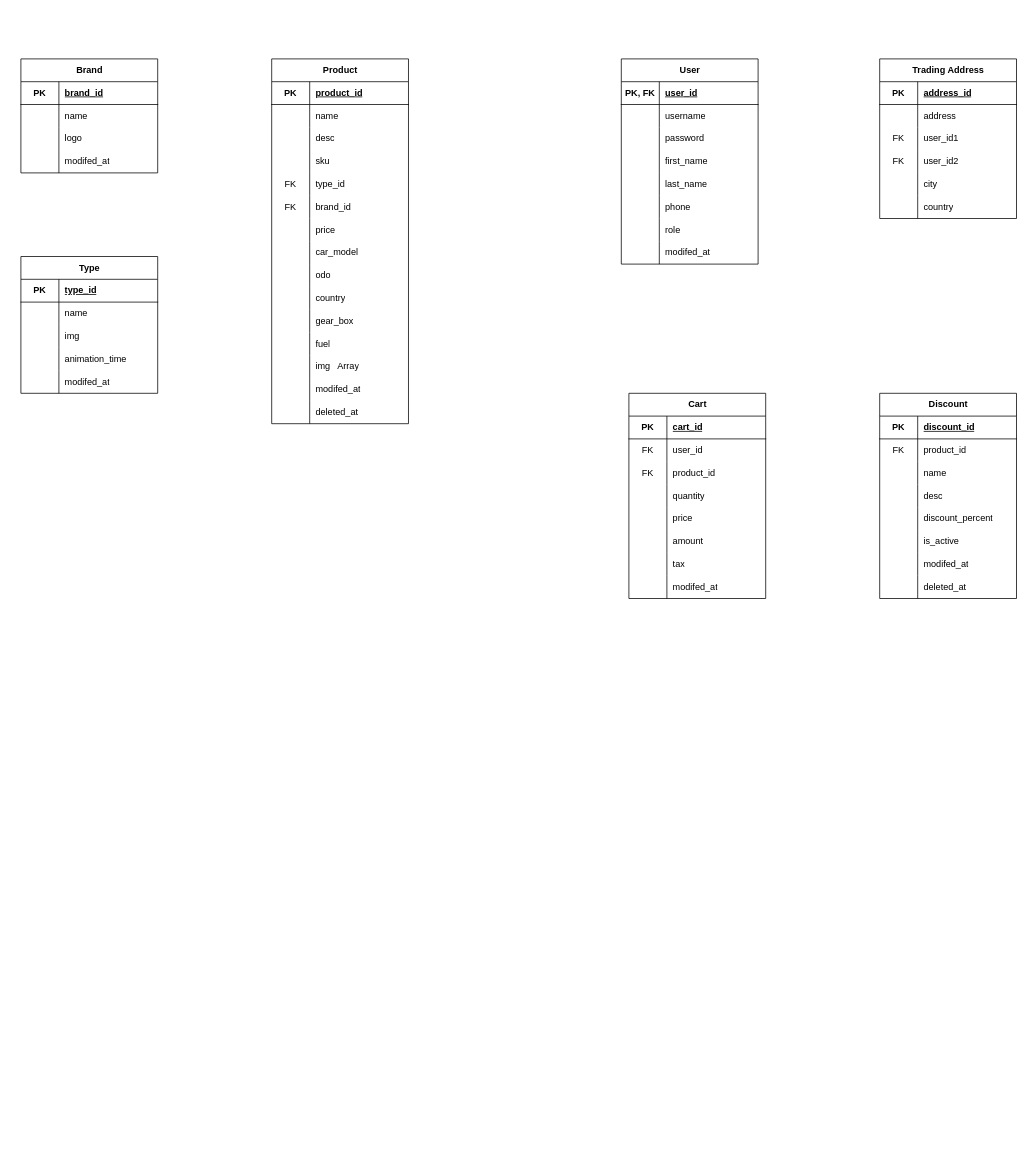
Above: diagrams/DBModel.drawio in SiZedYi/Cars_Website_App (draw.io), before the change. Source tidied: cells renumbered, new cells numbered last; positions are measured from the earlier drawing's top-left corner, leaving out a move shared by most shapes. Both pictures are drawn from the tidied source at 76%, with x=0, y=0 at pixel (21, 59).
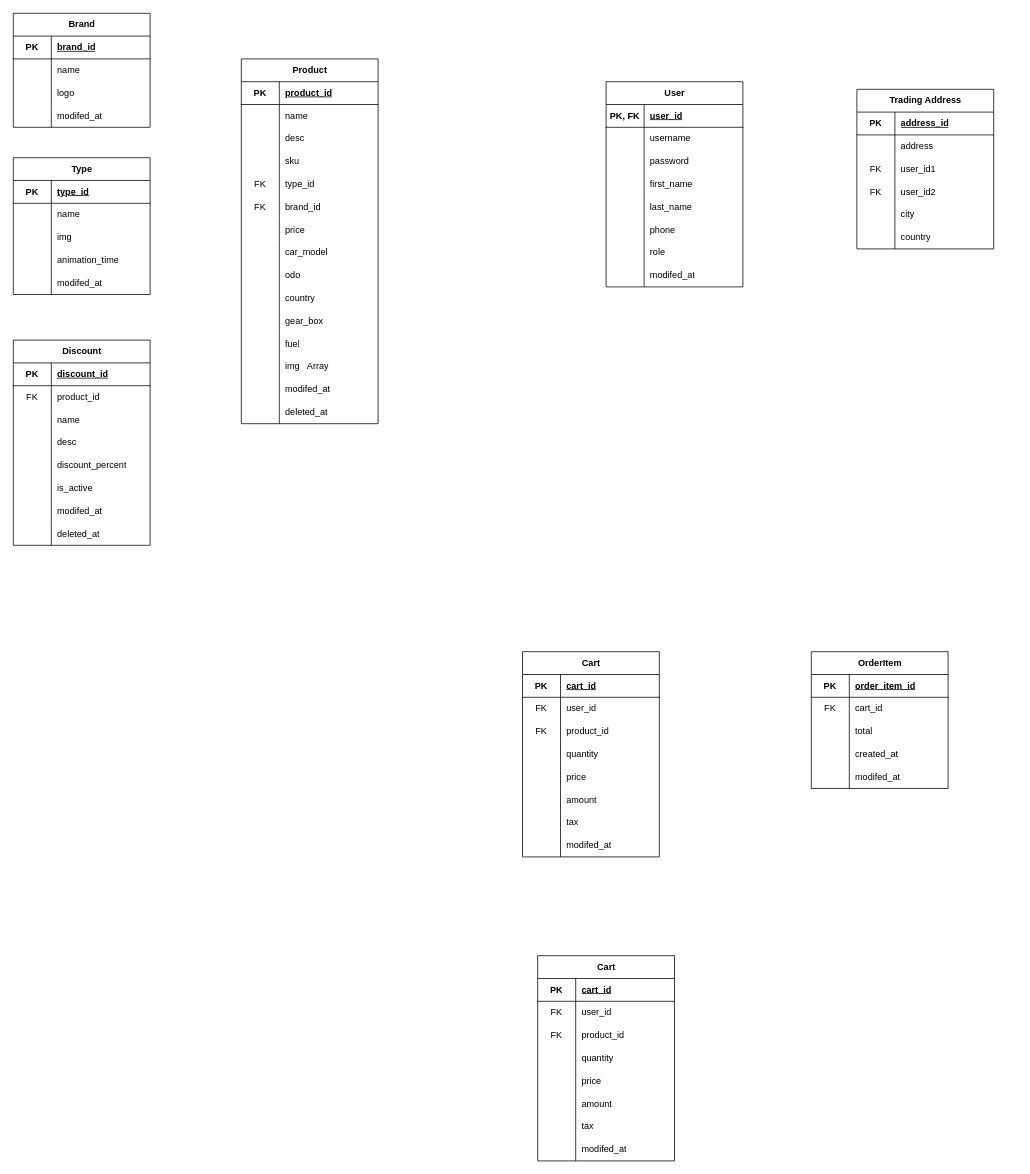
The same diagram, later.

Diff of the diagram source:
```diff
@@
     <mxCell id="2" value="User" style="shape=table;startSize=30;childLayout=tableLayout;rowLines=0;fontStyle=1;align=center;html=1;" parent="1" vertex="1">
-      <mxGeometry x="790" width="180" height="270" as="geometry" />
+      <mxGeometry x="770" y="30" width="180" height="270" as="geometry" />
     </mxCell>
@@
     <mxCell id="27" value="Trading Address" style="shape=table;startSize=30;childLayout=tableLayout;rowLines=0;fontStyle=1;align=center;html=1;" parent="1" vertex="1">
-      <mxGeometry x="1130" width="180" height="210" as="geometry" />
+      <mxGeometry x="1100" y="40" width="180" height="210" as="geometry" />
     </mxCell>
@@
     <mxCell id="46" value="Cart" style="shape=table;startSize=30;childLayout=tableLayout;rowLines=0;fontStyle=1;align=center;html=1;" parent="1" vertex="1">
-      <mxGeometry x="800" y="440" width="180" height="270" as="geometry" />
+      <mxGeometry x="660" y="780" width="180" height="270" as="geometry" />
     </mxCell>
@@
     <mxCell id="71" value="Discount" style="shape=table;startSize=30;childLayout=tableLayout;rowLines=0;fontStyle=1;align=center;html=1;" parent="1" vertex="1">
-      <mxGeometry x="1130" y="440" width="180" height="270" as="geometry" />
+      <mxGeometry x="-10" y="370" width="180" height="270" as="geometry" />
     </mxCell>
@@
     <mxCell id="96" value="Product" style="shape=table;startSize=30;childLayout=tableLayout;rowLines=0;fontStyle=1;align=center;html=1;" parent="1" vertex="1">
-      <mxGeometry x="330" width="180" height="480" as="geometry" />
+      <mxGeometry x="290" width="180" height="480" as="geometry" />
     </mxCell>
@@
     <mxCell id="142" value="Brand" style="shape=table;startSize=30;childLayout=tableLayout;rowLines=0;fontStyle=1;align=center;html=1;" parent="1" vertex="1">
-      <mxGeometry width="180" height="150" as="geometry" />
+      <mxGeometry x="-10" y="-60" width="180" height="150" as="geometry" />
     </mxCell>
@@
     <mxCell id="155" value="Type" style="shape=table;startSize=30;childLayout=tableLayout;rowLines=0;fontStyle=1;align=center;html=1;" parent="1" vertex="1">
-      <mxGeometry y="260" width="180" height="180" as="geometry" />
+      <mxGeometry x="-10" y="130" width="180" height="180" as="geometry" />
     </mxCell>
@@
+    <mxCell id="171" value="OrderItem" style="shape=table;startSize=30;childLayout=tableLayout;rowLines=0;fontStyle=1;align=center;html=1;" parent="1" vertex="1">
+      <mxGeometry x="1040" y="780" width="180" height="180" as="geometry" />
+    </mxCell>
+    <mxCell id="172" style="shape=tableRow;horizontal=0;startSize=0;swimlaneHead=0;swimlaneBody=0;fillColor=none;top=0;left=0;right=0;bottom=1;" parent="171" vertex="1">
+      <mxGeometry y="30" width="180" height="30" as="geometry" />
+    </mxCell>
+    <mxCell id="173" value="PK" style="shape=partialRectangle;fillColor=none;top=0;left=0;bottom=0;right=0;fontStyle=1;overflow=hidden;whiteSpace=wrap;html=1;" parent="172" vertex="1">
+      <mxGeometry width="50" height="30" as="geometry" />
+    </mxCell>
+    <mxCell id="174" value="order_item_id" style="shape=partialRectangle;fillColor=none;top=0;left=0;bottom=0;right=0;align=left;spacingLeft=6;fontStyle=5;overflow=hidden;whiteSpace=wrap;html=1;" parent="172" vertex="1">
+      <mxGeometry x="50" width="130" height="30" as="geometry" />
+    </mxCell>
+    <mxCell id="175" style="shape=tableRow;horizontal=0;startSize=0;swimlaneHead=0;swimlaneBody=0;fillColor=none;top=0;left=0;right=0;bottom=0;" parent="171" vertex="1">
+      <mxGeometry y="60" width="180" height="30" as="geometry" />
+    </mxCell>
+    <mxCell id="176" value="FK" style="shape=partialRectangle;fillColor=none;top=0;left=0;bottom=0;right=0;overflow=hidden;whiteSpace=wrap;html=1;" parent="175" vertex="1">
+      <mxGeometry width="50" height="30" as="geometry" />
+    </mxCell>
+    <mxCell id="177" value="cart_id" style="shape=partialRectangle;fillColor=none;top=0;left=0;bottom=0;right=0;align=left;spacingLeft=6;overflow=hidden;whiteSpace=wrap;html=1;" parent="175" vertex="1">
+      <mxGeometry x="50" width="130" height="30" as="geometry" />
+    </mxCell>
+    <mxCell id="178" style="shape=tableRow;horizontal=0;startSize=0;swimlaneHead=0;swimlaneBody=0;fillColor=none;top=0;left=0;right=0;bottom=0;" parent="171" vertex="1">
+      <mxGeometry y="90" width="180" height="30" as="geometry" />
+    </mxCell>
+    <mxCell id="179" style="shape=partialRectangle;fillColor=none;top=0;left=0;bottom=0;right=0;overflow=hidden;whiteSpace=wrap;html=1;" parent="178" vertex="1">
+      <mxGeometry width="50" height="30" as="geometry" />
+    </mxCell>
+    <mxCell id="180" value="total" style="shape=partialRectangle;fillColor=none;top=0;left=0;bottom=0;right=0;align=left;spacingLeft=6;overflow=hidden;whiteSpace=wrap;html=1;" parent="178" vertex="1">
+      <mxGeometry x="50" width="130" height="30" as="geometry" />
+    </mxCell>
+    <mxCell id="181" style="shape=tableRow;horizontal=0;startSize=0;swimlaneHead=0;swimlaneBody=0;fillColor=none;top=0;left=0;right=0;bottom=0;" parent="171" vertex="1">
+      <mxGeometry y="120" width="180" height="30" as="geometry" />
+    </mxCell>
+    <mxCell id="182" style="shape=partialRectangle;fillColor=none;top=0;left=0;bottom=0;right=0;overflow=hidden;whiteSpace=wrap;html=1;" parent="181" vertex="1">
+      <mxGeometry width="50" height="30" as="geometry" />
+    </mxCell>
+    <mxCell id="183" value="created_at" style="shape=partialRectangle;fillColor=none;top=0;left=0;bottom=0;right=0;align=left;spacingLeft=6;overflow=hidden;whiteSpace=wrap;html=1;" parent="181" vertex="1">
+      <mxGeometry x="50" width="130" height="30" as="geometry" />
+    </mxCell>
+    <mxCell id="184" style="shape=tableRow;horizontal=0;startSize=0;swimlaneHead=0;swimlaneBody=0;fillColor=none;top=0;left=0;right=0;bottom=0;" parent="171" vertex="1">
+      <mxGeometry y="150" width="180" height="30" as="geometry" />
+    </mxCell>
+    <mxCell id="185" style="shape=partialRectangle;fillColor=none;top=0;left=0;bottom=0;right=0;overflow=hidden;whiteSpace=wrap;html=1;" parent="184" vertex="1">
+      <mxGeometry width="50" height="30" as="geometry" />
+    </mxCell>
+    <mxCell id="186" value="modifed_at" style="shape=partialRectangle;fillColor=none;top=0;left=0;bottom=0;right=0;align=left;spacingLeft=6;overflow=hidden;whiteSpace=wrap;html=1;" parent="184" vertex="1">
+      <mxGeometry x="50" width="130" height="30" as="geometry" />
+    </mxCell>
+    <mxCell id="187" value="Cart" style="shape=table;startSize=30;childLayout=tableLayout;rowLines=0;fontStyle=1;align=center;html=1;" parent="1" vertex="1">
+      <mxGeometry x="680" y="1180" width="180" height="270" as="geometry" />
+    </mxCell>
+    <mxCell id="188" style="shape=tableRow;horizontal=0;startSize=0;swimlaneHead=0;swimlaneBody=0;fillColor=none;top=0;left=0;right=0;bottom=1;" parent="187" vertex="1">
+      <mxGeometry y="30" width="180" height="30" as="geometry" />
+    </mxCell>
+    <mxCell id="189" value="PK" style="shape=partialRectangle;fillColor=none;top=0;left=0;bottom=0;right=0;fontStyle=1;overflow=hidden;whiteSpace=wrap;html=1;" parent="188" vertex="1">
+      <mxGeometry width="50" height="30" as="geometry" />
+    </mxCell>
+    <mxCell id="190" value="cart_id" style="shape=partialRectangle;fillColor=none;top=0;left=0;bottom=0;right=0;align=left;spacingLeft=6;fontStyle=5;overflow=hidden;whiteSpace=wrap;html=1;" parent="188" vertex="1">
+      <mxGeometry x="50" width="130" height="30" as="geometry" />
+    </mxCell>
+    <mxCell id="191" style="shape=tableRow;horizontal=0;startSize=0;swimlaneHead=0;swimlaneBody=0;fillColor=none;top=0;left=0;right=0;bottom=0;" parent="187" vertex="1">
+      <mxGeometry y="60" width="180" height="30" as="geometry" />
+    </mxCell>
+    <mxCell id="192" value="FK" style="shape=partialRectangle;fillColor=none;top=0;left=0;bottom=0;right=0;overflow=hidden;whiteSpace=wrap;html=1;" parent="191" vertex="1">
+      <mxGeometry width="50" height="30" as="geometry" />
+    </mxCell>
+    <mxCell id="193" value="user_id" style="shape=partialRectangle;fillColor=none;top=0;left=0;bottom=0;right=0;align=left;spacingLeft=6;overflow=hidden;whiteSpace=wrap;html=1;" parent="191" vertex="1">
+      <mxGeometry x="50" width="130" height="30" as="geometry" />
+    </mxCell>
+    <mxCell id="194" style="shape=tableRow;horizontal=0;startSize=0;swimlaneHead=0;swimlaneBody=0;fillColor=none;top=0;left=0;right=0;bottom=0;" parent="187" vertex="1">
+      <mxGeometry y="90" width="180" height="30" as="geometry" />
+    </mxCell>
+    <mxCell id="195" value="FK" style="shape=partialRectangle;fillColor=none;top=0;left=0;bottom=0;right=0;overflow=hidden;whiteSpace=wrap;html=1;" parent="194" vertex="1">
+      <mxGeometry width="50" height="30" as="geometry" />
+    </mxCell>
+    <mxCell id="196" value="product_id" style="shape=partialRectangle;fillColor=none;top=0;left=0;bottom=0;right=0;align=left;spacingLeft=6;overflow=hidden;whiteSpace=wrap;html=1;" parent="194" vertex="1">
+      <mxGeometry x="50" width="130" height="30" as="geometry" />
+    </mxCell>
+    <mxCell id="197" style="shape=tableRow;horizontal=0;startSize=0;swimlaneHead=0;swimlaneBody=0;fillColor=none;top=0;left=0;right=0;bottom=0;" parent="187" vertex="1">
+      <mxGeometry y="120" width="180" height="30" as="geometry" />
+    </mxCell>
+    <mxCell id="198" style="shape=partialRectangle;fillColor=none;top=0;left=0;bottom=0;right=0;overflow=hidden;whiteSpace=wrap;html=1;" parent="197" vertex="1">
+      <mxGeometry width="50" height="30" as="geometry" />
+    </mxCell>
+    <mxCell id="199" value="quantity" style="shape=partialRectangle;fillColor=none;top=0;left=0;bottom=0;right=0;align=left;spacingLeft=6;overflow=hidden;whiteSpace=wrap;html=1;" parent="197" vertex="1">
+      <mxGeometry x="50" width="130" height="30" as="geometry" />
+    </mxCell>
+    <mxCell id="200" style="shape=tableRow;horizontal=0;startSize=0;swimlaneHead=0;swimlaneBody=0;fillColor=none;top=0;left=0;right=0;bottom=0;" parent="187" vertex="1">
+      <mxGeometry y="150" width="180" height="30" as="geometry" />
+    </mxCell>
+    <mxCell id="201" style="shape=partialRectangle;fillColor=none;top=0;left=0;bottom=0;right=0;overflow=hidden;whiteSpace=wrap;html=1;" parent="200" vertex="1">
+      <mxGeometry width="50" height="30" as="geometry" />
+    </mxCell>
+    <mxCell id="202" value="price" style="shape=partialRectangle;fillColor=none;top=0;left=0;bottom=0;right=0;align=left;spacingLeft=6;overflow=hidden;whiteSpace=wrap;html=1;" parent="200" vertex="1">
+      <mxGeometry x="50" width="130" height="30" as="geometry" />
+    </mxCell>
+    <mxCell id="203" style="shape=tableRow;horizontal=0;startSize=0;swimlaneHead=0;swimlaneBody=0;fillColor=none;top=0;left=0;right=0;bottom=0;" parent="187" vertex="1">
+      <mxGeometry y="180" width="180" height="30" as="geometry" />
+    </mxCell>
+    <mxCell id="204" style="shape=partialRectangle;fillColor=none;top=0;left=0;bottom=0;right=0;overflow=hidden;whiteSpace=wrap;html=1;" parent="203" vertex="1">
+      <mxGeometry width="50" height="30" as="geometry" />
+    </mxCell>
+    <mxCell id="205" value="amount" style="shape=partialRectangle;fillColor=none;top=0;left=0;bottom=0;right=0;align=left;spacingLeft=6;overflow=hidden;whiteSpace=wrap;html=1;" parent="203" vertex="1">
+      <mxGeometry x="50" width="130" height="30" as="geometry" />
+    </mxCell>
+    <mxCell id="206" style="shape=tableRow;horizontal=0;startSize=0;swimlaneHead=0;swimlaneBody=0;fillColor=none;top=0;left=0;right=0;bottom=0;" parent="187" vertex="1">
+      <mxGeometry y="210" width="180" height="30" as="geometry" />
+    </mxCell>
+    <mxCell id="207" style="shape=partialRectangle;fillColor=none;top=0;left=0;bottom=0;right=0;overflow=hidden;whiteSpace=wrap;html=1;" parent="206" vertex="1">
+      <mxGeometry width="50" height="30" as="geometry" />
+    </mxCell>
+    <mxCell id="208" value="tax" style="shape=partialRectangle;fillColor=none;top=0;left=0;bottom=0;right=0;align=left;spacingLeft=6;overflow=hidden;whiteSpace=wrap;html=1;" parent="206" vertex="1">
+      <mxGeometry x="50" width="130" height="30" as="geometry" />
+    </mxCell>
+    <mxCell id="209" style="shape=tableRow;horizontal=0;startSize=0;swimlaneHead=0;swimlaneBody=0;fillColor=none;top=0;left=0;right=0;bottom=0;" parent="187" vertex="1">
+      <mxGeometry y="240" width="180" height="30" as="geometry" />
+    </mxCell>
+    <mxCell id="210" style="shape=partialRectangle;fillColor=none;top=0;left=0;bottom=0;right=0;overflow=hidden;whiteSpace=wrap;html=1;" parent="209" vertex="1">
+      <mxGeometry width="50" height="30" as="geometry" />
+    </mxCell>
+    <mxCell id="211" value="modifed_at" style="shape=partialRectangle;fillColor=none;top=0;left=0;bottom=0;right=0;align=left;spacingLeft=6;overflow=hidden;whiteSpace=wrap;html=1;" parent="209" vertex="1">
+      <mxGeometry x="50" width="130" height="30" as="geometry" />
+    </mxCell>
```
